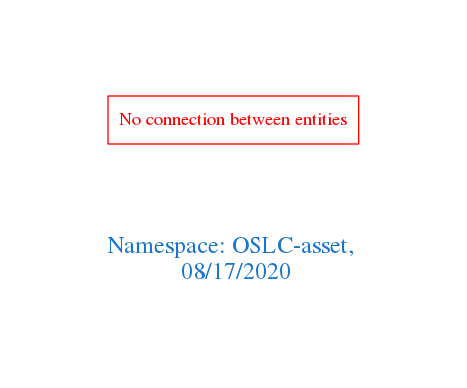
Above: downloads/OSLC-asset.png in arago/OGIT (Graphviz), before the change. Its source is kept beside it as downloads/OSLC-asset.dot.
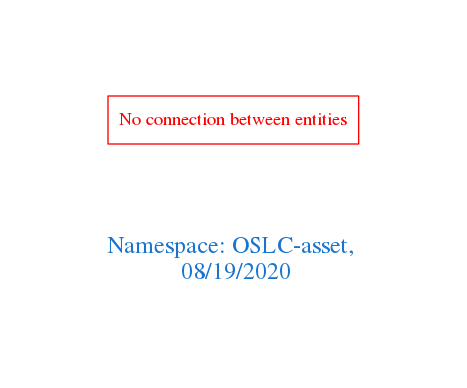
The same file after the commit.

The edit, as a diff of the source:
```diff
@@ -1,7 +1,7 @@
 digraph OGIT_ontology {
  graph [ rankdir= LR,pad=1
 fontsize = 18,
-fontcolor= dodgerblue3,label = "\n\n\nNamespace: OSLC-asset, \n 08/17/2020"];
+fontcolor= dodgerblue3,label = "\n\n\nNamespace: OSLC-asset, \n 08/19/2020"];
 node[shape=polygon];
 edge [  color="gray81"];
 
```
